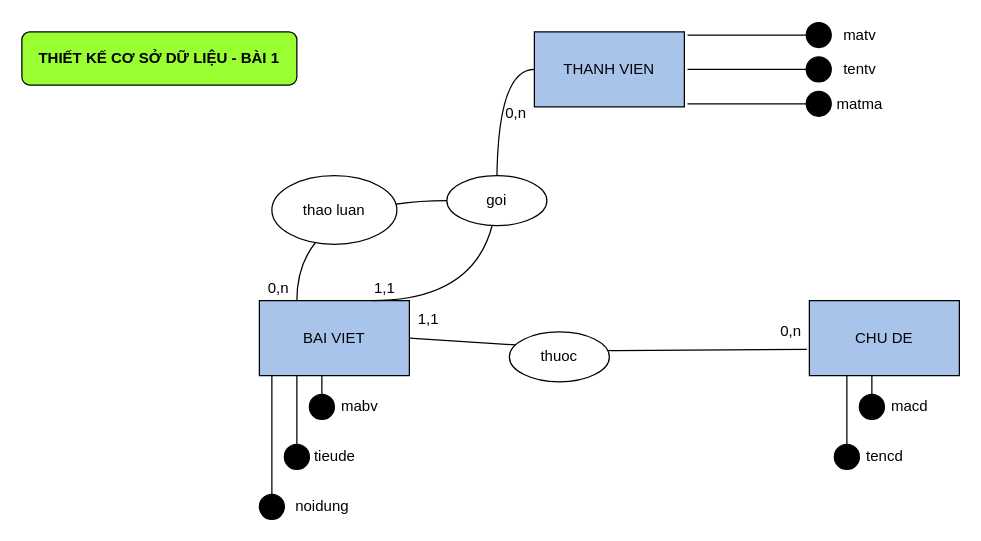
daiky2579/LearnDatabase keeps this draw.io diagram as code-bai1.drawio. Above is the earlier version. Source tidied: cells renumbered, new cells numbered last; positions are measured from the earlier drawing's top-left corner, leaving out a move shared by most shapes. Both pictures are drawn from the tidied source at 125%, with x=0, y=0 at pixel (21, -38).
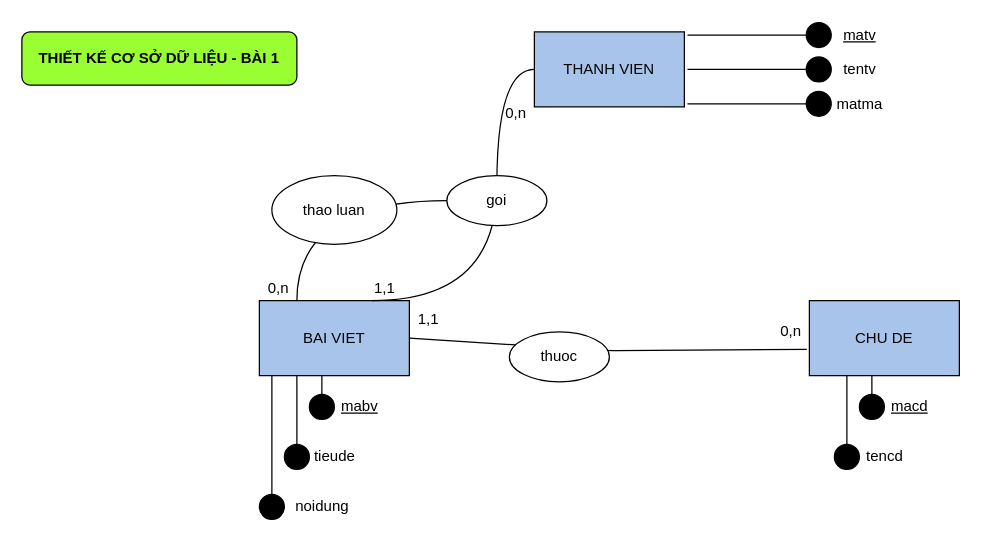
The same diagram, later.

What changed in the source:
```diff
@@
-    <mxCell id="5" value="matv" style="text;html=1;align=center;verticalAlign=middle;" parent="1" vertex="1">
+    <mxCell id="5" value="&lt;u&gt;matv&lt;/u&gt;" style="text;html=1;align=center;verticalAlign=middle;" parent="1" vertex="1">
       <mxGeometry x="650" y="47.5" width="40" height="20" as="geometry" />
     </mxCell>
@@
-    <mxCell id="14" value="mabv" style="text;html=1;align=center;verticalAlign=middle;" parent="1" vertex="1">
+    <mxCell id="14" value="&lt;u&gt;mabv&lt;/u&gt;" style="text;html=1;align=center;verticalAlign=middle;" parent="1" vertex="1">
       <mxGeometry x="250" y="345" width="40" height="20" as="geometry" />
     </mxCell>
@@
-    <mxCell id="19" value="macd" style="text;html=1;align=center;verticalAlign=middle;" parent="1" vertex="1">
+    <mxCell id="19" value="&lt;u&gt;macd&lt;/u&gt;" style="text;html=1;align=center;verticalAlign=middle;" parent="1" vertex="1">
       <mxGeometry x="690" y="345" width="40" height="20" as="geometry" />
     </mxCell>
```
